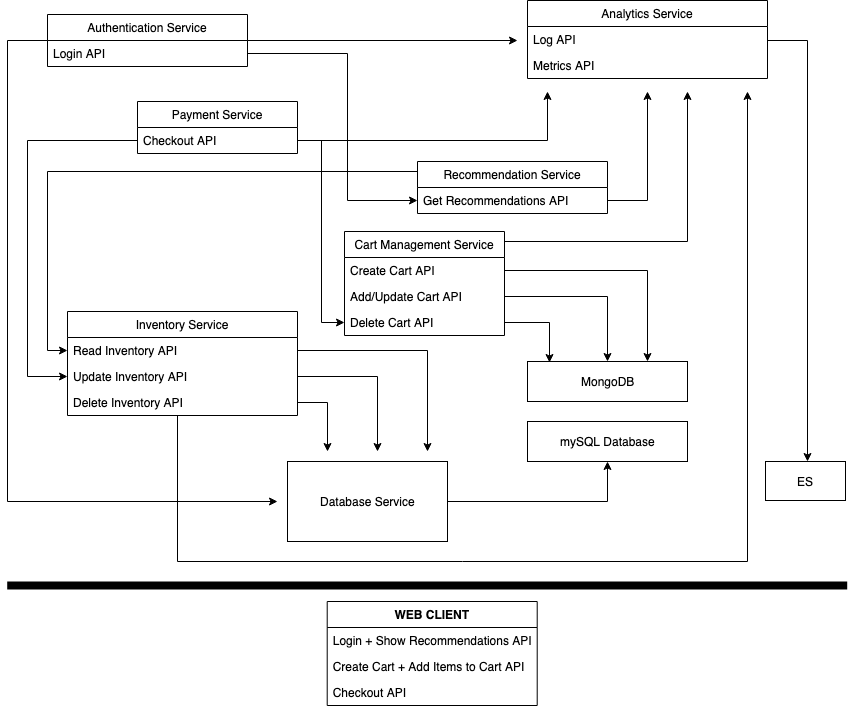
Above: examples/odfe-pipes-trace-app/HighLevelDiagram.png in opensearch-project/data-prepper (draw.io), before the change. Source tidied: cells renumbered, new cells last; positions are measured from the earlier drawing's top-left corner, leaving out a move shared by most shapes.
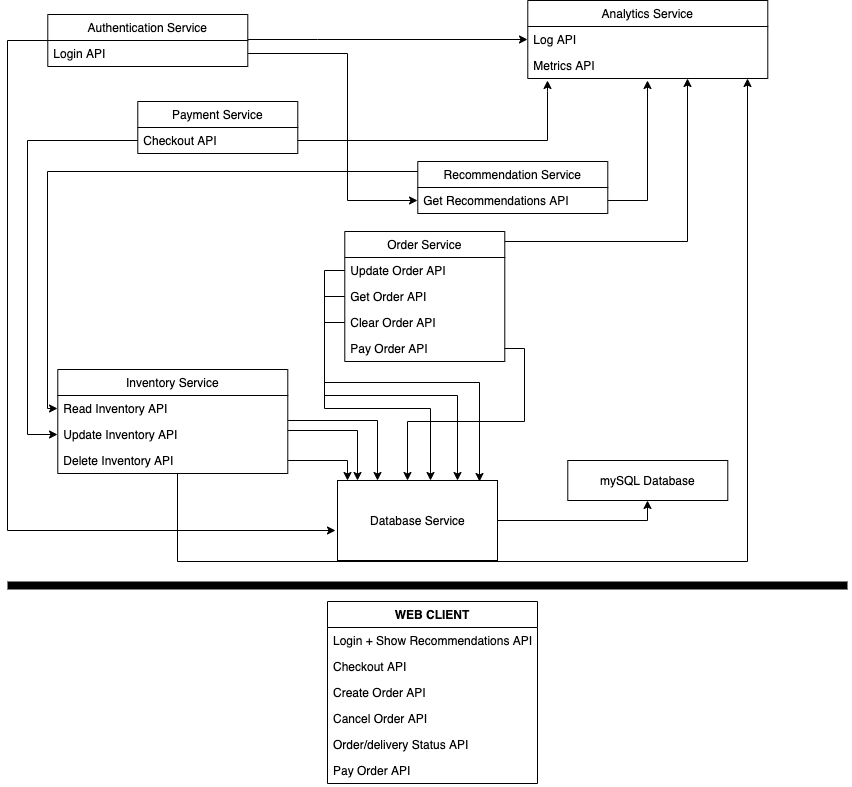
The same file after the commit.

The edit, as a diff of the source:
```diff
@@ -2,33 +2,28 @@
   <root>
     <mxCell id="0" />
     <mxCell id="1" parent="0" />
-    <mxCell id="2" style="edgeStyle=orthogonalEdgeStyle;rounded=0;jettySize=auto;html=1;" parent="1" edge="1" source="4">
-      <mxGeometry relative="1" as="geometry">
-        <mxPoint x="510" y="40" as="targetPoint" />
-      </mxGeometry>
-    </mxCell>
-    <mxCell id="3" style="edgeStyle=orthogonalEdgeStyle;rounded=0;jettySize=auto;html=1;" parent="1" edge="1" source="4">
-      <mxGeometry relative="1" as="geometry">
-        <mxPoint x="270" y="501" as="targetPoint" />
-        <Array as="points">
-          <mxPoint y="40" />
-          <mxPoint y="501" />
-        </Array>
-      </mxGeometry>
-    </mxCell>
+    <mxCell id="46" style="edgeStyle=orthogonalEdgeStyle;rounded=0;jettySize=auto;html=1;entryX=0;entryY=0.5;entryDx=0;entryDy=0;" parent="1" edge="1" source="4" target="8">
+      <mxGeometry relative="1" as="geometry">
+        <Array as="points">
+          <mxPoint x="309.7" y="39" />
+          <mxPoint x="309.7" y="39" />
+        </Array>
+      </mxGeometry>
+    </mxCell>
+    <mxCell id="47" style="edgeStyle=orthogonalEdgeStyle;rounded=0;jettySize=auto;html=1;entryX=-0.012;entryY=0.625;entryDx=0;entryDy=0;entryPerimeter=0;" parent="1" edge="1" source="4" target="24">
+      <mxGeometry relative="1" as="geometry">
+        <Array as="points">
+          <mxPoint x="-0.3" y="40" />
+          <mxPoint x="-0.3" y="530" />
+        </Array>
+      </mxGeometry>
+    </mxCell>
     <mxCell id="4" value="Authentication Service" style="swimlane;fontStyle=0;horizontal=1;startSize=26;fillColor=none;" parent="1" vertex="1">
       <mxGeometry x="40" y="14" width="200" height="52" as="geometry" />
     </mxCell>
     <mxCell id="5" value="Login API" style="text;strokeColor=none;fillColor=none;align=left;verticalAlign=top;spacingLeft=4;spacingRight=4;overflow=hidden;points=[[0,0.5],[1,0.5]];portConstraint=eastwest;" parent="4" vertex="1">
       <mxGeometry y="26" width="200" height="26" as="geometry" />
     </mxCell>
-    <mxCell id="6" style="edgeStyle=orthogonalEdgeStyle;rounded=0;jettySize=auto;html=1;" parent="1" edge="1" source="7" target="25">
-      <mxGeometry relative="1" as="geometry">
-        <Array as="points">
-          <mxPoint x="800" y="40" />
-        </Array>
-      </mxGeometry>
-    </mxCell>
     <mxCell id="7" value="Analytics Service" style="swimlane;fontStyle=0;horizontal=1;startSize=26;fillColor=none;" parent="1" vertex="1">
       <mxGeometry x="520" width="240" height="78" as="geometry" />
     </mxCell>
@@ -41,8 +36,8 @@
     <mxCell id="10" style="edgeStyle=orthogonalEdgeStyle;rounded=0;jettySize=auto;html=1;entryX=0;entryY=0.5;entryDx=0;entryDy=0;" parent="1" edge="1" source="11" target="15">
       <mxGeometry relative="1" as="geometry">
         <Array as="points">
-          <mxPoint x="40" y="171" />
-          <mxPoint x="40" y="350" />
+          <mxPoint x="39.7" y="171" />
+          <mxPoint x="39.7" y="408" />
         </Array>
       </mxGeometry>
     </mxCell>
@@ -52,17 +47,16 @@
     <mxCell id="12" value="Get Recommendations API" style="text;strokeColor=none;fillColor=none;align=left;verticalAlign=top;spacingLeft=4;spacingRight=4;overflow=hidden;points=[[0,0.5],[1,0.5]];portConstraint=eastwest;" parent="11" vertex="1">
       <mxGeometry y="26" width="190" height="26" as="geometry" />
     </mxCell>
-    <mxCell id="13" style="edgeStyle=orthogonalEdgeStyle;rounded=0;jettySize=auto;html=1;" parent="1" edge="1" source="14">
-      <mxGeometry relative="1" as="geometry">
-        <mxPoint x="740" y="91" as="targetPoint" />
-        <Array as="points">
-          <mxPoint x="170" y="561" />
-          <mxPoint x="740" y="561" />
-        </Array>
-      </mxGeometry>
-    </mxCell>
+    <mxCell id="48" style="edgeStyle=orthogonalEdgeStyle;rounded=0;jettySize=auto;html=1;" parent="1" edge="1" source="14" target="9">
+      <mxGeometry relative="1" as="geometry">
+        <Array as="points">
+          <mxPoint x="169.7" y="561" />
+          <mxPoint x="739.7" y="561" />
+        </Array>
+      </mxGeometry>
+    </mxCell>
     <mxCell id="14" value="Inventory Service" style="swimlane;fontStyle=0;horizontal=1;startSize=26;fillColor=none;" parent="1" vertex="1">
-      <mxGeometry x="60" y="311" width="230" height="104" as="geometry" />
+      <mxGeometry x="50" y="369" width="230" height="104" as="geometry" />
     </mxCell>
     <mxCell id="15" value="Read Inventory API" style="text;strokeColor=none;fillColor=none;align=left;verticalAlign=top;spacingLeft=4;spacingRight=4;overflow=hidden;points=[[0,0.5],[1,0.5]];portConstraint=eastwest;" parent="14" vertex="1">
       <mxGeometry y="26" width="230" height="26" as="geometry" />
@@ -74,7 +68,7 @@
       <mxGeometry y="78" width="230" height="26" as="geometry" />
     </mxCell>
     <mxCell id="18" value="mySQL Database" style="html=1;" parent="1" vertex="1">
-      <mxGeometry x="520" y="421" width="160" height="40" as="geometry" />
+      <mxGeometry x="560" y="460" width="160" height="40" as="geometry" />
     </mxCell>
     <mxCell id="19" value="Payment Service" style="swimlane;fontStyle=0;horizontal=1;startSize=26;fillColor=none;" parent="1" vertex="1">
       <mxGeometry x="130" y="101" width="160" height="52" as="geometry" />
@@ -82,20 +76,20 @@
     <mxCell id="20" value="Checkout API" style="text;strokeColor=none;fillColor=none;align=left;verticalAlign=top;spacingLeft=4;spacingRight=4;overflow=hidden;points=[[0,0.5],[1,0.5]];portConstraint=eastwest;" parent="19" vertex="1">
       <mxGeometry y="26" width="160" height="26" as="geometry" />
     </mxCell>
-    <mxCell id="21" style="edgeStyle=orthogonalEdgeStyle;rounded=0;jettySize=auto;html=1;" parent="1" edge="1" source="20">
-      <mxGeometry relative="1" as="geometry">
-        <mxPoint x="540" y="91" as="targetPoint" />
-        <Array as="points">
-          <mxPoint x="540" y="140" />
-          <mxPoint x="540" y="91" />
-        </Array>
-      </mxGeometry>
-    </mxCell>
+    <mxCell id="49" style="edgeStyle=orthogonalEdgeStyle;rounded=0;jettySize=auto;html=1;" parent="1" edge="1" source="20">
+      <mxGeometry relative="1" as="geometry">
+        <mxPoint x="539.7" y="80" as="targetPoint" />
+        <Array as="points">
+          <mxPoint x="540" y="140" />
+          <mxPoint x="540" y="91" />
+        </Array>
+      </mxGeometry>
+    </mxCell>
     <mxCell id="22" style="edgeStyle=orthogonalEdgeStyle;rounded=0;jettySize=auto;html=1;entryX=0;entryY=0.5;entryDx=0;entryDy=0;" parent="1" edge="1" source="20" target="16">
       <mxGeometry relative="1" as="geometry">
         <Array as="points">
-          <mxPoint x="20" y="140" />
-          <mxPoint x="20" y="376" />
+          <mxPoint x="19.7" y="140" />
+          <mxPoint x="19.7" y="434" />
         </Array>
       </mxGeometry>
     </mxCell>
@@ -103,76 +97,86 @@
       <mxGeometry relative="1" as="geometry" />
     </mxCell>
     <mxCell id="24" value="Database Service" style="html=1;" parent="1" vertex="1">
-      <mxGeometry x="280" y="461" width="160" height="80" as="geometry" />
+      <mxGeometry x="329.7" y="480" width="160" height="80" as="geometry" />
     </mxCell>
-    <mxCell id="25" value="ES" style="html=1;" parent="1" vertex="1">
-      <mxGeometry x="758" y="461" width="80" height="39" as="geometry" />
-    </mxCell>
-    <mxCell id="26" style="edgeStyle=orthogonalEdgeStyle;rounded=0;jettySize=auto;html=1;" parent="1" edge="1" source="15">
-      <mxGeometry relative="1" as="geometry">
-        <mxPoint x="420" y="451" as="targetPoint" />
-      </mxGeometry>
-    </mxCell>
-    <mxCell id="27" style="edgeStyle=orthogonalEdgeStyle;rounded=0;jettySize=auto;html=1;" parent="1" edge="1" source="16">
-      <mxGeometry relative="1" as="geometry">
-        <mxPoint x="370" y="451" as="targetPoint" />
-        <Array as="points">
-          <mxPoint x="370" y="376" />
-        </Array>
-      </mxGeometry>
-    </mxCell>
-    <mxCell id="28" style="edgeStyle=orthogonalEdgeStyle;rounded=0;jettySize=auto;html=1;" parent="1" edge="1" source="17">
-      <mxGeometry relative="1" as="geometry">
-        <mxPoint x="320" y="451" as="targetPoint" />
-      </mxGeometry>
-    </mxCell>
-    <mxCell id="29" style="edgeStyle=orthogonalEdgeStyle;rounded=0;jettySize=auto;html=1;" parent="1" edge="1" source="30">
-      <mxGeometry relative="1" as="geometry">
-        <mxPoint x="680" y="91" as="targetPoint" />
-        <Array as="points">
-          <mxPoint x="680" y="241" />
-        </Array>
-      </mxGeometry>
-    </mxCell>
-    <mxCell id="30" value="Cart Management Service" style="swimlane;fontStyle=0;horizontal=1;startSize=26;fillColor=none;" parent="1" vertex="1">
-      <mxGeometry x="337" y="231" width="160" height="104" as="geometry" />
-    </mxCell>
-    <mxCell id="31" value="Create Cart API" style="text;strokeColor=none;fillColor=none;align=left;verticalAlign=top;spacingLeft=4;spacingRight=4;overflow=hidden;points=[[0,0.5],[1,0.5]];portConstraint=eastwest;" parent="30" vertex="1">
-      <mxGeometry y="26" width="160" height="26" as="geometry" />
-    </mxCell>
-    <mxCell id="32" value="Add/Update Cart API" style="text;strokeColor=none;fillColor=none;align=left;verticalAlign=top;spacingLeft=4;spacingRight=4;overflow=hidden;points=[[0,0.5],[1,0.5]];portConstraint=eastwest;" parent="30" vertex="1">
-      <mxGeometry y="52" width="160" height="26" as="geometry" />
-    </mxCell>
-    <mxCell id="33" value="Delete Cart API" style="text;strokeColor=none;fillColor=none;align=left;verticalAlign=top;spacingLeft=4;spacingRight=4;overflow=hidden;points=[[0,0.5],[1,0.5]];portConstraint=eastwest;" parent="30" vertex="1">
-      <mxGeometry y="78" width="160" height="26" as="geometry" />
-    </mxCell>
+    <mxCell id="50" style="edgeStyle=orthogonalEdgeStyle;rounded=0;jettySize=auto;html=1;" parent="1" edge="1" source="15" target="24">
+      <mxGeometry relative="1" as="geometry">
+        <Array as="points">
+          <mxPoint x="369.7" y="420" />
+        </Array>
+      </mxGeometry>
+    </mxCell>
+    <mxCell id="51" style="edgeStyle=orthogonalEdgeStyle;rounded=0;jettySize=auto;html=1;" parent="1" edge="1" source="16">
+      <mxGeometry relative="1" as="geometry">
+        <mxPoint x="349.7" y="480" as="targetPoint" />
+        <Array as="points">
+          <mxPoint x="349.7" y="430" />
+          <mxPoint x="349.7" y="480" />
+        </Array>
+      </mxGeometry>
+    </mxCell>
+    <mxCell id="52" style="edgeStyle=orthogonalEdgeStyle;rounded=0;jettySize=auto;html=1;entryX=0.063;entryY=0;entryDx=0;entryDy=0;entryPerimeter=0;" parent="1" edge="1" source="17" target="24">
+      <mxGeometry relative="1" as="geometry">
+        <Array as="points">
+          <mxPoint x="339.7" y="460" />
+        </Array>
+      </mxGeometry>
+    </mxCell>
+    <mxCell id="53" style="edgeStyle=orthogonalEdgeStyle;rounded=0;jettySize=auto;html=1;" parent="1" edge="1" source="54" target="9">
+      <mxGeometry relative="1" as="geometry">
+        <Array as="points">
+          <mxPoint x="679.7" y="241" />
+        </Array>
+      </mxGeometry>
+    </mxCell>
+    <mxCell id="54" value="Order Service" style="swimlane;fontStyle=0;horizontal=1;startSize=26;fillColor=none;" parent="1" vertex="1">
+      <mxGeometry x="337" y="231" width="160" height="130" as="geometry" />
+    </mxCell>
+    <mxCell id="55" value="Update Order API" style="text;strokeColor=none;fillColor=none;align=left;verticalAlign=top;spacingLeft=4;spacingRight=4;overflow=hidden;points=[[0,0.5],[1,0.5]];portConstraint=eastwest;" parent="54" vertex="1">
+      <mxGeometry y="26" width="160" height="26" as="geometry" />
+    </mxCell>
+    <mxCell id="56" value="Get Order API" style="text;strokeColor=none;fillColor=none;align=left;verticalAlign=top;spacingLeft=4;spacingRight=4;overflow=hidden;points=[[0,0.5],[1,0.5]];portConstraint=eastwest;" parent="54" vertex="1">
+      <mxGeometry y="52" width="160" height="26" as="geometry" />
+    </mxCell>
+    <mxCell id="57" value="Clear Order API" style="text;strokeColor=none;fillColor=none;align=left;verticalAlign=top;spacingLeft=4;spacingRight=4;overflow=hidden;points=[[0,0.5],[1,0.5]];portConstraint=eastwest;" parent="54" vertex="1">
+      <mxGeometry y="78" width="160" height="26" as="geometry" />
+    </mxCell>
+    <mxCell id="58" value="Pay Order API" style="text;strokeColor=none;fillColor=none;align=left;verticalAlign=top;spacingLeft=4;spacingRight=4;overflow=hidden;points=[[0,0.5],[1,0.5]];portConstraint=eastwest;" parent="54" vertex="1">
+      <mxGeometry y="104" width="160" height="26" as="geometry" />
+    </mxCell>
     <mxCell id="34" value="WEB CLIENT" style="swimlane;fontStyle=1;horizontal=1;startSize=26;fillColor=none;" parent="1" vertex="1">
-      <mxGeometry x="319.7" y="601" width="210" height="104" as="geometry" />
+      <mxGeometry x="319.7" y="601" width="210" height="182" as="geometry" />
     </mxCell>
     <mxCell id="35" value="Login + Show Recommendations API" style="text;strokeColor=none;fillColor=none;align=left;verticalAlign=top;spacingLeft=4;spacingRight=4;overflow=hidden;" parent="34" vertex="1">
       <mxGeometry y="26" width="210" height="26" as="geometry" />
     </mxCell>
-    <mxCell id="36" value="Create Cart + Add Items to Cart API" style="text;strokeColor=none;fillColor=none;align=left;verticalAlign=top;spacingLeft=4;spacingRight=4;overflow=hidden;" parent="34" vertex="1">
-      <mxGeometry y="52" width="210" height="26" as="geometry" />
-    </mxCell>
     <mxCell id="37" value="Checkout API" style="text;strokeColor=none;fillColor=none;align=left;verticalAlign=top;spacingLeft=4;spacingRight=4;overflow=hidden;" parent="34" vertex="1">
-      <mxGeometry y="78" width="210" height="26" as="geometry" />
+      <mxGeometry y="52" width="210" height="26" as="geometry" />
     </mxCell>
-    <mxCell id="38" style="line;strokeWidth=8;fillColor=none;align=left;verticalAlign=middle;spacingTop=-1;spacingLeft=3;spacingRight=3;labelPosition=right;" parent="1" vertex="1">
-      <mxGeometry x="-0.3" y="581" width="840" height="8" as="geometry" />
-    </mxCell>
-    <mxCell id="39" value="MongoDB" style="html=1;" parent="1" vertex="1">
-      <mxGeometry x="520" y="361" width="160" height="40" as="geometry" />
-    </mxCell>
-    <mxCell id="40" style="edgeStyle=orthogonalEdgeStyle;rounded=0;jettySize=auto;html=1;entryX=0.138;entryY=0.025;entryDx=0;entryDy=0;entryPerimeter=0;" parent="1" edge="1" source="33" target="39">
-      <mxGeometry relative="1" as="geometry" />
-    </mxCell>
-    <mxCell id="41" style="edgeStyle=orthogonalEdgeStyle;rounded=0;jettySize=auto;html=1;entryX=0.5;entryY=0;entryDx=0;entryDy=0;" parent="1" edge="1" source="32" target="39">
-      <mxGeometry relative="1" as="geometry" />
-    </mxCell>
-    <mxCell id="42" style="edgeStyle=orthogonalEdgeStyle;rounded=0;jettySize=auto;html=1;entryX=0.75;entryY=0;entryDx=0;entryDy=0;" parent="1" edge="1" source="31" target="39">
-      <mxGeometry relative="1" as="geometry" />
-    </mxCell>
+    <mxCell id="59" value="Create Order API" style="text;strokeColor=none;fillColor=none;align=left;verticalAlign=top;spacingLeft=4;spacingRight=4;overflow=hidden;" parent="34" vertex="1">
+      <mxGeometry y="78" width="210" height="26" as="geometry" />
+    </mxCell>
+    <mxCell id="60" value="Cancel Order API" style="text;strokeColor=none;fillColor=none;align=left;verticalAlign=top;spacingLeft=4;spacingRight=4;overflow=hidden;" parent="34" vertex="1">
+      <mxGeometry y="104" width="210" height="26" as="geometry" />
+    </mxCell>
+    <mxCell id="61" value="Order/delivery Status API" style="text;strokeColor=none;fillColor=none;align=left;verticalAlign=top;spacingLeft=4;spacingRight=4;overflow=hidden;" parent="34" vertex="1">
+      <mxGeometry y="130" width="210" height="26" as="geometry" />
+    </mxCell>
+    <mxCell id="62" value="Pay Order API" style="text;strokeColor=none;fillColor=none;align=left;verticalAlign=top;spacingLeft=4;spacingRight=4;overflow=hidden;" parent="34" vertex="1">
+      <mxGeometry y="156" width="210" height="26" as="geometry" />
+    </mxCell>
+    <mxCell id="63" style="line;strokeWidth=8;fillColor=none;align=left;verticalAlign=middle;spacingTop=-1;spacingLeft=3;spacingRight=3;labelPosition=right;" parent="1" vertex="1">
+      <mxGeometry x="-0.3" y="581" width="840" height="8" as="geometry" />
+    </mxCell>
+    <mxCell id="64" style="edgeStyle=orthogonalEdgeStyle;rounded=0;jettySize=auto;html=1;entryX=0.581;entryY=0;entryDx=0;entryDy=0;entryPerimeter=0;" parent="1" edge="1" source="57" target="24">
+      <mxGeometry relative="1" as="geometry" />
+    </mxCell>
+    <mxCell id="65" style="edgeStyle=orthogonalEdgeStyle;rounded=0;jettySize=auto;html=1;entryX=0.75;entryY=0;entryDx=0;entryDy=0;" parent="1" edge="1" source="56" target="24">
+      <mxGeometry relative="1" as="geometry" />
+    </mxCell>
+    <mxCell id="66" style="edgeStyle=orthogonalEdgeStyle;rounded=0;jettySize=auto;html=1;entryX=0.888;entryY=0.013;entryDx=0;entryDy=0;entryPerimeter=0;" parent="1" edge="1" source="55" target="24">
+      <mxGeometry relative="1" as="geometry" />
+    </mxCell>
     <mxCell id="43" style="edgeStyle=orthogonalEdgeStyle;rounded=0;jettySize=auto;html=1;entryX=0;entryY=0.5;entryDx=0;entryDy=0;" parent="1" edge="1" source="5" target="12">
       <mxGeometry relative="1" as="geometry">
         <Array as="points">
@@ -181,13 +185,13 @@
         </Array>
       </mxGeometry>
     </mxCell>
-    <mxCell id="44" style="edgeStyle=orthogonalEdgeStyle;rounded=0;jettySize=auto;html=1;" parent="1" edge="1" source="12">
-      <mxGeometry relative="1" as="geometry">
-        <mxPoint x="640" y="91" as="targetPoint" />
-      </mxGeometry>
-    </mxCell>
-    <mxCell id="45" style="edgeStyle=orthogonalEdgeStyle;rounded=0;jettySize=auto;html=1;entryX=0;entryY=0.5;entryDx=0;entryDy=0;" parent="1" edge="1" source="20" target="33">
-      <mxGeometry relative="1" as="geometry" />
-    </mxCell>
+    <mxCell id="67" style="edgeStyle=orthogonalEdgeStyle;rounded=0;jettySize=auto;html=1;" parent="1" edge="1" source="12">
+      <mxGeometry relative="1" as="geometry">
+        <mxPoint x="639.7" y="80" as="targetPoint" />
+      </mxGeometry>
+    </mxCell>
+    <mxCell id="68" style="edgeStyle=orthogonalEdgeStyle;rounded=0;jettySize=auto;html=1;exitX=1;exitY=0.5;exitDx=0;exitDy=0;entryX=0.438;entryY=0;entryDx=0;entryDy=0;entryPerimeter=0;" parent="1" edge="1" source="58" target="24">
+      <mxGeometry relative="1" as="geometry" />
+    </mxCell>
   </root>
 </mxGraphModel>
```
